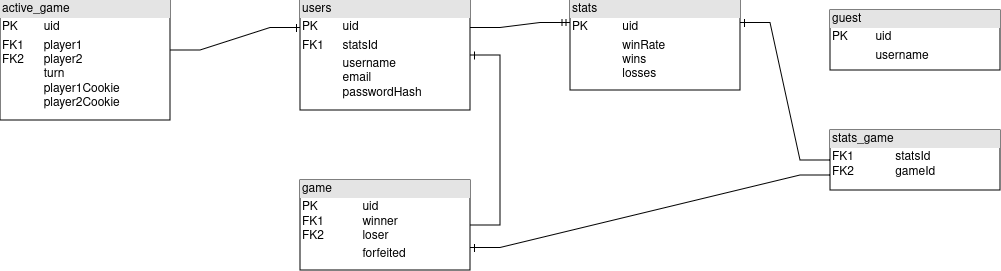
Before: docs/db-design.png, a diagram exported from draw.io (Anghel-Lucian/tri-d-chess). Source tidied: cells renumbered, new cells last; positions are measured from the earlier drawing's top-left corner, leaving out a move shared by most shapes.
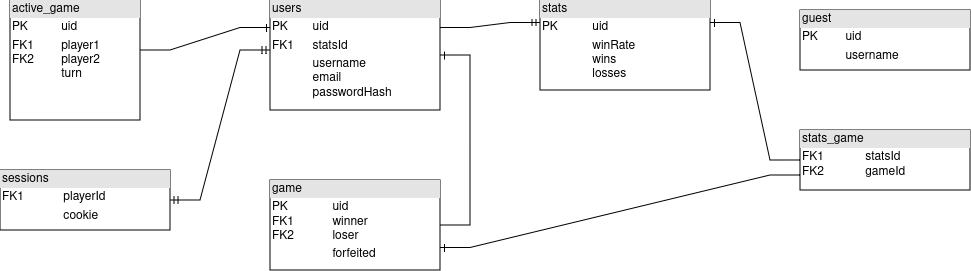
After the commit.

What changed in the source:
```diff
@@ -33,13 +33,21 @@
     <mxCell id="10" style="edgeStyle=entityRelationEdgeStyle;fontSize=12;html=1;endArrow=ERmandOne;rounded=0;exitX=1;exitY=0.25;exitDx=0;exitDy=0;entryX=0;entryY=0.25;entryDx=0;entryDy=0;" parent="1" edge="1" source="2" target="4">
       <mxGeometry relative="1" as="geometry" />
     </mxCell>
-    <mxCell id="11" value="&lt;div style=&quot;box-sizing:border-box;width:100%;background:#e4e4e4;padding:2px;&quot;&gt;active_game&lt;br&gt;&lt;/div&gt;&lt;table style=&quot;width:100%;font-size:1em;&quot; cellpadding=&quot;2&quot; cellspacing=&quot;0&quot;&gt;&lt;tbody&gt;&lt;tr&gt;&lt;td&gt;PK&lt;/td&gt;&lt;td&gt;uid&lt;br&gt;&lt;/td&gt;&lt;/tr&gt;&lt;tr&gt;&lt;td&gt;FK1&lt;br&gt;FK2&lt;br&gt;&lt;br&gt;&lt;br&gt;&lt;br&gt;&lt;/td&gt;&lt;td&gt;player1&lt;br&gt;player2&lt;br&gt;turn&lt;br&gt;player1Cookie&lt;br&gt;player2Cookie&lt;br&gt;&lt;/td&gt;&lt;/tr&gt;&lt;tr&gt;&lt;td&gt;&lt;br&gt;&lt;/td&gt;&lt;td&gt;&lt;br&gt;&lt;/td&gt;&lt;/tr&gt;&lt;/tbody&gt;&lt;/table&gt;" style="verticalAlign=top;align=left;overflow=fill;html=1;whiteSpace=wrap;" parent="1" vertex="1">
-      <mxGeometry width="170" height="120" as="geometry" />
-    </mxCell>
-    <mxCell id="12" style="edgeStyle=entityRelationEdgeStyle;fontSize=12;html=1;endArrow=ERone;endFill=1;rounded=0;entryX=0;entryY=0.25;entryDx=0;entryDy=0;" parent="1" edge="1" target="2">
-      <mxGeometry relative="1" as="geometry">
-        <mxPoint x="170" y="50" as="sourcePoint" />
-      </mxGeometry>
-    </mxCell>
+    <mxCell id="13" value="&lt;div style=&quot;box-sizing:border-box;width:100%;background:#e4e4e4;padding:2px;&quot;&gt;active_game&lt;br&gt;&lt;/div&gt;&lt;table style=&quot;width:100%;font-size:1em;&quot; cellpadding=&quot;2&quot; cellspacing=&quot;0&quot;&gt;&lt;tbody&gt;&lt;tr&gt;&lt;td&gt;PK&lt;/td&gt;&lt;td&gt;uid&lt;br&gt;&lt;/td&gt;&lt;/tr&gt;&lt;tr&gt;&lt;td&gt;FK1&lt;br&gt;FK2&lt;br&gt;&lt;br&gt;&lt;br&gt;&lt;br&gt;&lt;/td&gt;&lt;td&gt;player1&lt;br&gt;player2&lt;br&gt;turn&lt;br&gt;&lt;br&gt;&lt;br&gt;&lt;/td&gt;&lt;/tr&gt;&lt;tr&gt;&lt;td&gt;&lt;br&gt;&lt;/td&gt;&lt;td&gt;&lt;br&gt;&lt;/td&gt;&lt;/tr&gt;&lt;/tbody&gt;&lt;/table&gt;" style="verticalAlign=top;align=left;overflow=fill;html=1;whiteSpace=wrap;" parent="1" vertex="1">
+      <mxGeometry x="40" width="130" height="120" as="geometry" />
+    </mxCell>
+    <mxCell id="14" style="edgeStyle=entityRelationEdgeStyle;fontSize=12;html=1;endArrow=ERone;endFill=1;rounded=0;entryX=0;entryY=0.25;entryDx=0;entryDy=0;" parent="1" edge="1" target="2">
+      <mxGeometry relative="1" as="geometry">
+        <mxPoint x="170" y="50" as="sourcePoint" />
+      </mxGeometry>
+    </mxCell>
+    <mxCell id="15" value="&lt;div style=&quot;box-sizing:border-box;width:100%;background:#e4e4e4;padding:2px;&quot;&gt;sessions&lt;/div&gt;&lt;table style=&quot;width:100%;font-size:1em;&quot; cellpadding=&quot;2&quot; cellspacing=&quot;0&quot;&gt;&lt;tbody&gt;&lt;tr&gt;&lt;td&gt;FK1&lt;/td&gt;&lt;td&gt;playerId&lt;br&gt;&lt;/td&gt;&lt;/tr&gt;&lt;tr&gt;&lt;td&gt;&lt;br&gt;&lt;/td&gt;&lt;td&gt;cookie&lt;br&gt;&lt;/td&gt;&lt;/tr&gt;&lt;tr&gt;&lt;td&gt;&lt;/td&gt;&lt;td&gt;&lt;br&gt;&lt;/td&gt;&lt;/tr&gt;&lt;/tbody&gt;&lt;/table&gt;" style="verticalAlign=top;align=left;overflow=fill;html=1;whiteSpace=wrap;" parent="1" vertex="1">
+      <mxGeometry x="30" y="170" width="170" height="60" as="geometry" />
+    </mxCell>
+    <mxCell id="16" style="edgeStyle=entityRelationEdgeStyle;fontSize=12;html=1;endArrow=ERmandOne;startArrow=ERmandOne;rounded=0;exitX=1;exitY=0.5;exitDx=0;exitDy=0;" parent="1" edge="1" source="15">
+      <mxGeometry relative="1" as="geometry">
+        <mxPoint x="300" y="50" as="targetPoint" />
+      </mxGeometry>
+    </mxCell>
   </root>
 </mxGraphModel>
```
